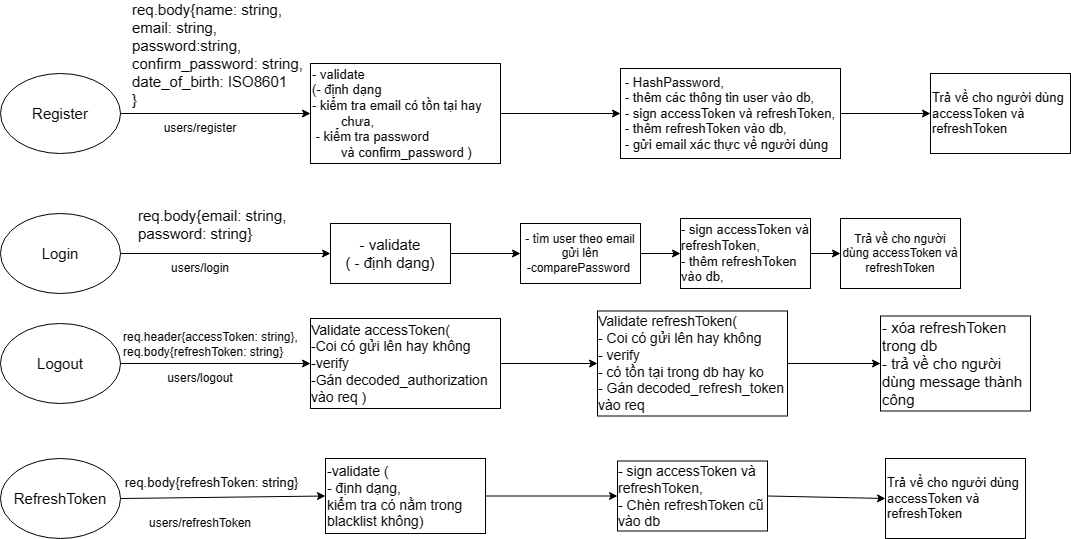
nghia111/Twitter_API keeps this draw.io diagram as processes.drawio.png. Above is the earlier version. Source tidied: cells renumbered, new cells last; positions are measured from the earlier drawing's top-left corner, leaving out a move shared by most shapes.
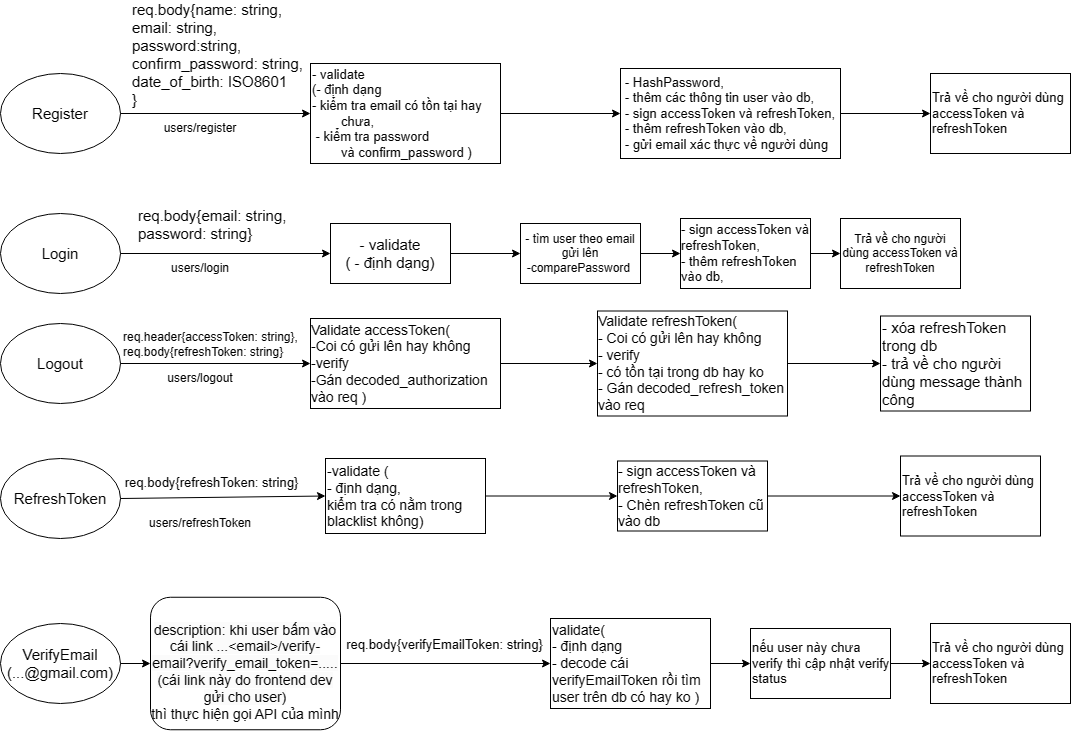
After the change.

Commit message:
Cập nhật processes.drawio.png

Diff of the diagram source:
```diff
@@ -122,7 +122,39 @@
       <mxGeometry relative="1" as="geometry" />
     </mxCell>
     <mxCell id="39" value="&lt;font style=&quot;font-size: 13px;&quot;&gt;Trả về cho người dùng accessToken và refreshToken&lt;/font&gt;" style="rounded=0;whiteSpace=wrap;html=1;align=left;" parent="1" vertex="1">
-      <mxGeometry x="885" y="395" width="140" height="80" as="geometry" />
+      <mxGeometry x="900" y="392.5" width="140" height="80" as="geometry" />
     </mxCell>
+    <mxCell id="40" value="&lt;font style=&quot;font-size: 15px;&quot;&gt;VerifyEmail&lt;br&gt;(...@gmail.com)&lt;/font&gt;" style="ellipse;whiteSpace=wrap;html=1;" parent="1" vertex="1">
+      <mxGeometry y="560" width="120" height="80" as="geometry" />
+    </mxCell>
+    <mxCell id="41" style="endArrow=classic;html=1;rounded=0;exitX=1;exitY=0.5;exitDx=0;exitDy=0;entryX=0;entryY=0.5;entryDx=0;entryDy=0;" parent="1" edge="1" source="40" target="44">
+      <mxGeometry relative="1" as="geometry" />
+    </mxCell>
+    <mxCell id="42" style="edgeStyle=orthogonalEdgeStyle;rounded=0;jettySize=auto;html=1;exitX=1;exitY=0.5;exitDx=0;exitDy=0;entryX=0;entryY=0.5;entryDx=0;entryDy=0;" parent="1" edge="1" source="44" target="46">
+      <mxGeometry relative="1" as="geometry" />
+    </mxCell>
+    <mxCell id="43" value="&lt;font style=&quot;font-size: 13px;&quot;&gt;req.body{verifyEmailToken: string}&lt;/font&gt;" style="edgeLabel;html=1;align=center;verticalAlign=middle;" parent="42" vertex="1">
+      <mxGeometry x="-0.3" relative="1" as="geometry">
+        <mxPoint x="30" y="-20" as="offset" />
+      </mxGeometry>
+    </mxCell>
+    <mxCell id="44" value="&lt;font style=&quot;font-size: 14px;&quot;&gt;&lt;br&gt;&lt;span style=&quot;color: rgb(0, 0, 0); font-family: Helvetica; font-style: normal; font-variant-ligatures: normal; font-variant-caps: normal; font-weight: 400; letter-spacing: normal; orphans: 2; text-align: left; text-indent: 0px; text-transform: none; widows: 2; word-spacing: 0px; -webkit-text-stroke-width: 0px; background-color: rgb(251, 251, 251); text-decoration-thickness: initial; text-decoration-style: initial; text-decoration-color: initial; float: none; display: inline !important;&quot;&gt;description: khi user bấm vào cái link ...&amp;lt;email&amp;gt;/verify-email?verify_email_token=.....&lt;/span&gt;&lt;br style=&quot;border-color: var(--border-color); color: rgb(0, 0, 0); font-family: Helvetica; font-style: normal; font-variant-ligatures: normal; font-variant-caps: normal; font-weight: 400; letter-spacing: normal; orphans: 2; text-align: left; text-indent: 0px; text-transform: none; widows: 2; word-spacing: 0px; -webkit-text-stroke-width: 0px; background-color: rgb(251, 251, 251); text-decoration-thickness: initial; text-decoration-style: initial; text-decoration-color: initial;&quot;&gt;&lt;span style=&quot;color: rgb(0, 0, 0); font-family: Helvetica; font-style: normal; font-variant-ligatures: normal; font-variant-caps: normal; font-weight: 400; letter-spacing: normal; orphans: 2; text-align: left; text-indent: 0px; text-transform: none; widows: 2; word-spacing: 0px; -webkit-text-stroke-width: 0px; background-color: rgb(251, 251, 251); text-decoration-thickness: initial; text-decoration-style: initial; text-decoration-color: initial; float: none; display: inline !important;&quot;&gt;(cái link này do frontend dev gửi cho user)&lt;br&gt;&lt;/span&gt;thì thực hiện gọi API của mình&lt;/font&gt;" style="rounded=1;whiteSpace=wrap;html=1;" parent="1" vertex="1">
+      <mxGeometry x="150" y="533.8" width="190" height="132.5" as="geometry" />
+    </mxCell>
+    <mxCell id="45" style="edgeStyle=orthogonalEdgeStyle;rounded=0;jettySize=auto;html=1;entryX=0;entryY=0.5;entryDx=0;entryDy=0;" parent="1" edge="1" source="46" target="48">
+      <mxGeometry relative="1" as="geometry" />
+    </mxCell>
+    <mxCell id="46" value="&lt;font style=&quot;font-size: 14px;&quot;&gt;validate(&lt;br&gt;- định dạng&lt;br&gt;- decode cái verifyEmailToken rồi tìm user trên db có hay ko )&lt;/font&gt;" style="rounded=0;whiteSpace=wrap;html=1;align=left;" parent="1" vertex="1">
+      <mxGeometry x="550" y="555" width="160" height="90" as="geometry" />
+    </mxCell>
+    <mxCell id="47" style="edgeStyle=orthogonalEdgeStyle;rounded=0;jettySize=auto;html=1;exitX=1;exitY=0.5;exitDx=0;exitDy=0;entryX=0;entryY=0.5;entryDx=0;entryDy=0;" parent="1" edge="1" source="48" target="49">
+      <mxGeometry relative="1" as="geometry" />
+    </mxCell>
+    <mxCell id="48" value="&lt;font style=&quot;font-size: 13px;&quot;&gt;nếu user này chưa verify thì cập nhật verify status&amp;nbsp;&lt;/font&gt;" style="rounded=0;whiteSpace=wrap;html=1;align=left;" parent="1" vertex="1">
+      <mxGeometry x="750" y="565" width="140" height="70" as="geometry" />
+    </mxCell>
+    <mxCell id="49" value="&lt;font style=&quot;font-size: 13px;&quot;&gt;Trả về cho người dùng accessToken và refreshToken&lt;/font&gt;" style="rounded=0;whiteSpace=wrap;html=1;align=left;" parent="1" vertex="1">
+      <mxGeometry x="930" y="560" width="140" height="80" as="geometry" />
+    </mxCell>
   </root>
 </mxGraphModel>
```
